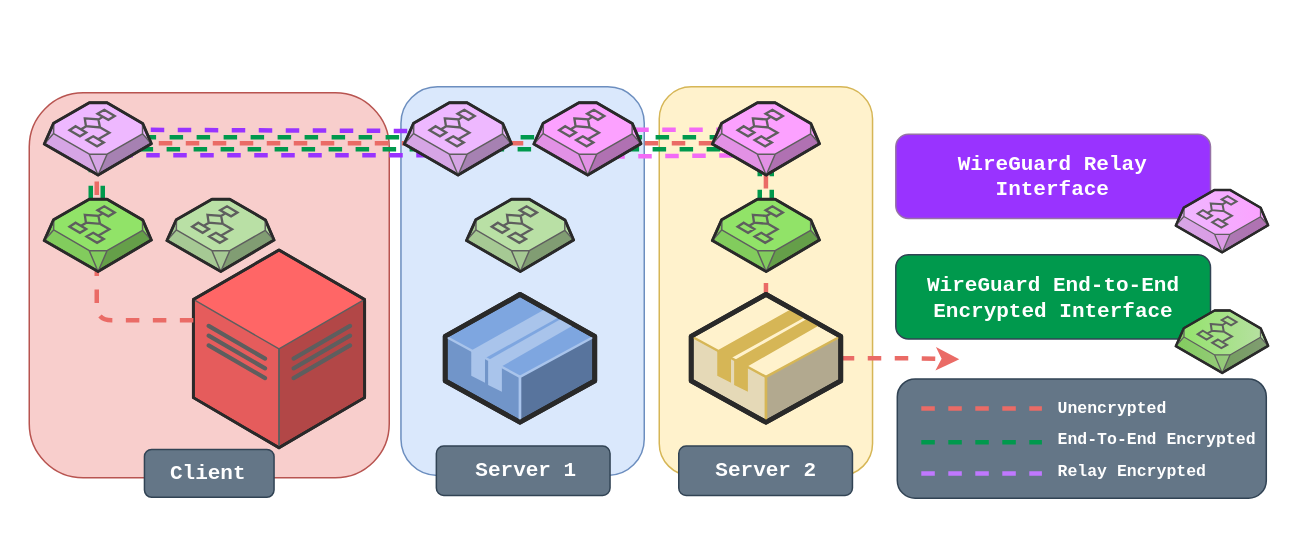
Before: media/Wiretap_E2EE.drawio in sandialabs/wiretap, a draw.io diagram. Source tidied: cells renumbered, new cells numbered last; positions are measured from the earlier drawing's top-left corner, leaving out a move shared by most shapes. Both pictures are drawn from the tidied source at 150%, with x=0, y=0 at pixel (28, 86).
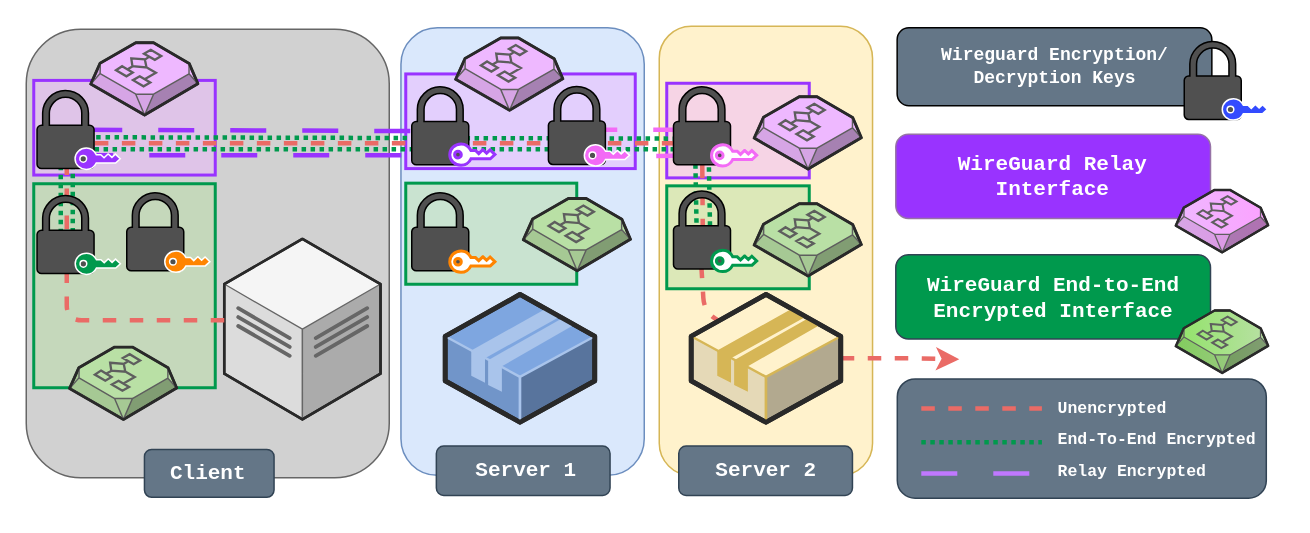
The same diagram, later.

Commit message (it also covers changes not shown here):
better e2ee diagram

What changed in the source:
```diff
@@
     <mxCell id="2" style="rounded=1;whiteSpace=wrap;html=1;fillColor=#fff2cc;strokeColor=#d6b656;" parent="1" vertex="1">
-      <mxGeometry x="420" y="0.4" width="142.2" height="259.1" as="geometry" />
+      <mxGeometry x="420" y="-40" width="142.2" height="299.4" as="geometry" />
     </mxCell>
     <mxCell id="3" style="rounded=1;whiteSpace=wrap;html=1;fillColor=#dae8fc;strokeColor=#6c8ebf;" parent="1" vertex="1">
-      <mxGeometry x="247.8" y="0.4" width="162.2" height="259.1" as="geometry" />
+      <mxGeometry x="247.8" y="-39" width="162.2" height="298.4" as="geometry" />
     </mxCell>
+    <mxCell id="48" style="rounded=0;whiteSpace=wrap;html=1;fillColor=#eeb8ff;strokeColor=#9933ff;strokeWidth=2;fillStyle=solid;fillOpacity=50;" parent="1" vertex="1">
+      <mxGeometry x="251" y="-8.2" width="153" height="63.1" as="geometry" />
+    </mxCell>
+    <mxCell id="49" style="rounded=0;whiteSpace=wrap;html=1;fillColor=#b9e0a5;strokeColor=#00994d;strokeWidth=2;fillStyle=solid;fillOpacity=50;" parent="1" vertex="1">
+      <mxGeometry x="251" y="64.6" width="114" height="67.4" as="geometry" />
+    </mxCell>
+    <mxCell id="50" style="rounded=0;whiteSpace=wrap;html=1;fillColor=#eeb8ff;strokeColor=#9933ff;strokeWidth=2;fillStyle=solid;fillOpacity=50;" parent="1" vertex="1">
+      <mxGeometry x="425" y="-2" width="95" height="63.1" as="geometry" />
+    </mxCell>
-    <mxCell id="4" style="rounded=1;whiteSpace=wrap;html=1;fillColor=#f8cecc;strokeColor=#b85450;" parent="1" vertex="1">
-      <mxGeometry y="4.4" width="240" height="256.6" as="geometry" />
+    <mxCell id="4" style="rounded=1;whiteSpace=wrap;html=1;fillColor=#D1D1D1;strokeColor=#666666;fontColor=#333333;" parent="1" vertex="1">
+      <mxGeometry x="-2" y="-38" width="242" height="299" as="geometry" />
     </mxCell>
+    <mxCell id="51" style="rounded=0;whiteSpace=wrap;html=1;fillColor=#b9e0a5;strokeColor=#00994d;strokeWidth=2;fillStyle=solid;fillOpacity=50;" parent="1" vertex="1">
+      <mxGeometry x="3" y="65" width="121" height="136" as="geometry" />
+    </mxCell>
+    <mxCell id="52" style="rounded=0;whiteSpace=wrap;html=1;fillColor=#eeb8ff;strokeColor=#9933ff;strokeWidth=2;fillStyle=solid;fillOpacity=50;" parent="1" vertex="1">
+      <mxGeometry x="3" y="-3.9" width="121" height="63.1" as="geometry" />
+    </mxCell>
-    <mxCell id="5" style="edgeStyle=orthogonalEdgeStyle;jettySize=auto;html=1;endArrow=none;endFill=0;dashed=1;rounded=1;strokeColor=#00994d;strokeWidth=3;flowAnimation=1;" parent="1" edge="1" source="41">
+    <mxCell id="5" style="edgeStyle=orthogonalEdgeStyle;orthogonalLoop=1;jettySize=auto;html=1;endArrow=none;endFill=0;dashed=1;rounded=1;strokeColor=#00994d;strokeWidth=3;flowAnimation=1;dashPattern=1 1;" parent="1" edge="1">
       <mxGeometry relative="1" as="geometry">
-        <mxPoint x="496" y="42" as="targetPoint" />
+        <mxPoint x="30" y="109" as="sourcePoint" />
+        <mxPoint x="431" y="47" as="targetPoint" />
         <Array as="points">
-          <mxPoint x="49" y="42" />
-          <mxPoint x="480" y="42" />
+          <mxPoint x="30" y="101" />
+          <mxPoint x="29" y="101" />
+          <mxPoint x="29" y="42" />
+          <mxPoint x="450" y="42" />
+          <mxPoint x="450" y="47" />
         </Array>
       </mxGeometry>
     </mxCell>
-    <mxCell id="6" style="edgeStyle=orthogonalEdgeStyle;orthogonalLoop=1;jettySize=auto;html=1;endArrow=none;endFill=0;dashed=1;rounded=1;strokeColor=#00994D;strokeWidth=3;flowAnimation=1;" parent="1" edge="1">
+    <mxCell id="6" style="edgeStyle=orthogonalEdgeStyle;orthogonalLoop=1;jettySize=auto;html=1;endArrow=none;endFill=0;dashed=1;rounded=1;strokeColor=#00994D;strokeWidth=3;flowAnimation=1;dashPattern=1 1;" parent="1" edge="1">
       <mxGeometry relative="1" as="geometry">
-        <mxPoint x="41" y="75.3" as="sourcePoint" />
-        <mxPoint x="510" y="34" as="targetPoint" />
+        <mxPoint x="21" y="98" as="sourcePoint" />
+        <mxPoint x="458" y="35" as="targetPoint" />
         <Array as="points">
           <mxPoint x="41" y="34" />
           <mxPoint x="500" y="34" />
         </Array>
       </mxGeometry>
     </mxCell>
@@
-    <mxCell id="9" style="verticalLabelPosition=bottom;html=1;verticalAlign=top;strokeWidth=1;align=center;outlineConnect=0;dashed=0;outlineConnect=0;shape=mxgraph.aws3d.dataCenter;strokeColor=#5E5E5E;fillColor=#FF6666;gradientColor=none;" parent="1" vertex="1">
-      <mxGeometry x="109.4" y="109.2" width="114.2" height="131.8" as="geometry" />
+    <mxCell id="9" style="verticalLabelPosition=bottom;html=1;verticalAlign=top;strokeWidth=1;align=center;outlineConnect=0;dashed=0;outlineConnect=0;shape=mxgraph.aws3d.dataCenter;strokeColor=#666666;fillColor=#f5f5f5;fontColor=#333333;" parent="1" vertex="1">
+      <mxGeometry x="130" y="101.8" width="104.2" height="120.3" as="geometry" />
     </mxCell>
@@
     <mxCell id="16" style="verticalLabelPosition=bottom;html=1;verticalAlign=top;strokeWidth=1;align=center;dashed=0;shape=mxgraph.aws3d.decider;fillColor=#b9e0a5;strokeColor=#5E5E5E;" parent="1" vertex="1">
-      <mxGeometry x="291.5" y="75.3" width="71.4" height="48.2" as="geometry" />
+      <mxGeometry x="329.4" y="74.8" width="71.4" height="48.2" as="geometry" />
     </mxCell>
+    <mxCell id="53" style="rounded=0;whiteSpace=wrap;html=1;fillColor=#b9e0a5;strokeColor=#00994d;strokeWidth=2;fillStyle=solid;fillOpacity=50;" parent="1" vertex="1">
+      <mxGeometry x="425" y="66.4" width="95" height="68.6" as="geometry" />
+    </mxCell>
-    <mxCell id="17" style="orthogonalLoop=1;jettySize=auto;html=1;endArrow=none;endFill=0;dashed=1;rounded=1;strokeColor=#9933FF;strokeWidth=3;flowAnimation=1;" parent="1" edge="1">
+    <mxCell id="17" style="orthogonalLoop=1;jettySize=auto;html=1;endArrow=none;endFill=0;dashed=1;rounded=1;strokeColor=#9933FF;strokeWidth=3;flowAnimation=1;dashPattern=8 8;" parent="1" edge="1">
       <mxGeometry relative="1" as="geometry">
-        <mxPoint x="63" y="29" as="sourcePoint" />
-        <mxPoint x="296" y="30" as="targetPoint" />
+        <mxPoint x="38" y="29" as="sourcePoint" />
+        <mxPoint x="289" y="30" as="targetPoint" />
       </mxGeometry>
     </mxCell>
-    <mxCell id="18" style="edgeStyle=orthogonalEdgeStyle;orthogonalLoop=1;jettySize=auto;html=1;endArrow=none;endFill=0;dashed=1;rounded=1;strokeColor=#9933ff;strokeWidth=3;flowAnimation=1;" parent="1" edge="1">
+    <mxCell id="18" style="edgeStyle=orthogonalEdgeStyle;orthogonalLoop=1;jettySize=auto;html=1;endArrow=none;endFill=0;dashed=1;rounded=1;strokeColor=#9933ff;strokeWidth=3;flowAnimation=1;dashPattern=8 8;" parent="1" edge="1">
       <mxGeometry relative="1" as="geometry">
-        <mxPoint x="60" y="46" as="sourcePoint" />
+        <mxPoint x="32" y="46" as="sourcePoint" />
         <mxPoint x="306" y="47" as="targetPoint" />
         <Array as="points">
           <mxPoint x="290" y="46" />
-          <mxPoint x="290" y="45" />
+          <mxPoint x="306" y="45" />
         </Array>
       </mxGeometry>
     </mxCell>
-    <mxCell id="19" style="edgeStyle=none;rounded=1;jettySize=auto;html=1;shadow=0;dashed=1;strokeColor=#ea6b66;endArrow=none;endFill=0;strokeWidth=3;flowAnimation=1;" parent="1" edge="1" source="45" target="32">
-      <mxGeometry relative="1" as="geometry" />
+    <mxCell id="19" style="edgeStyle=none;rounded=1;jettySize=auto;html=1;shadow=0;dashed=1;strokeColor=#ea6b66;endArrow=none;endFill=0;strokeWidth=3;flowAnimation=1;" parent="1" edge="1" source="61">
+      <mxGeometry relative="1" as="geometry">
+        <mxPoint x="449" y="95" as="targetPoint" />
+      </mxGeometry>
     </mxCell>
@@
-    <mxCell id="30" style="endArrow=none;dashed=1;html=1;rounded=0;strokeWidth=3;strokeColor=#00994d;shadow=0;flowAnimation=1;" parent="1" edge="1">
+    <mxCell id="30" style="endArrow=none;dashed=1;html=1;rounded=0;strokeWidth=3;strokeColor=#00994d;shadow=0;flowAnimation=1;dashPattern=1 1;" parent="1" edge="1">
       <mxGeometry relative="1" as="geometry">
         <mxPoint x="594.7" y="237.3" as="sourcePoint" />
         <mxPoint x="675.1" y="237.3" as="targetPoint" />
       </mxGeometry>
     </mxCell>
-    <mxCell id="31" style="endArrow=none;dashed=1;html=1;rounded=0;strokeWidth=3;strokeColor=#C078FF;flowAnimation=1;" parent="1" edge="1">
+    <mxCell id="31" style="endArrow=none;dashed=1;html=1;rounded=0;strokeWidth=3;strokeColor=#C078FF;flowAnimation=1;dashPattern=8 8;" parent="1" edge="1">
       <mxGeometry relative="1" as="geometry">
         <mxPoint x="594.7" y="258.2" as="sourcePoint" />
         <mxPoint x="675.1" y="258.2" as="targetPoint" />
       </mxGeometry>
     </mxCell>
-    <mxCell id="32" style="verticalLabelPosition=bottom;html=1;verticalAlign=top;strokeWidth=1;align=center;outlineConnect=0;dashed=0;outlineConnect=0;shape=mxgraph.aws3d.application2;fillColor=#fff2cc;strokeColor=#d6b656;" parent="1" vertex="1">
-      <mxGeometry x="441.3" y="138.8" width="99.7" height="85.2" as="geometry" />
-    </mxCell>
@@
     <mxCell id="36" style="edgeStyle=orthogonalEdgeStyle;rounded=1;jettySize=auto;html=1;endArrow=none;endFill=0;dashed=1;strokeColor=#EA6B66;strokeWidth=3;flowAnimation=1;" parent="1" edge="1" source="9">
       <mxGeometry relative="1" as="geometry">
         <mxPoint x="457" y="38" as="targetPoint" />
         <Array as="points">
-          <mxPoint x="45" y="156" />
+          <mxPoint x="25" y="156" />
+          <mxPoint x="25" y="38" />
         </Array>
       </mxGeometry>
     </mxCell>
-    <mxCell id="37" style="orthogonalLoop=1;jettySize=auto;html=1;endArrow=none;endFill=0;dashed=1;rounded=1;strokeColor=#f36af6;strokeWidth=3;flowAnimation=1;" parent="1" edge="1">
+    <mxCell id="37" style="orthogonalLoop=1;jettySize=auto;html=1;endArrow=none;endFill=0;dashed=1;rounded=1;strokeColor=#f36af6;strokeWidth=3;flowAnimation=1;dashPattern=8 8;" parent="1" edge="1">
       <mxGeometry relative="1" as="geometry">
         <mxPoint x="368" y="29" as="sourcePoint" />
-        <mxPoint x="471" y="29" as="targetPoint" />
+        <mxPoint x="460" y="29" as="targetPoint" />
       </mxGeometry>
     </mxCell>
-    <mxCell id="38" style="orthogonalLoop=1;jettySize=auto;html=1;endArrow=none;endFill=0;dashed=1;rounded=1;strokeColor=#f36af6;strokeWidth=3;flowAnimation=1;" parent="1" edge="1">
+    <mxCell id="38" style="orthogonalLoop=1;jettySize=auto;html=1;endArrow=none;endFill=0;dashed=1;rounded=1;strokeColor=#f36af6;strokeWidth=3;flowAnimation=1;dashPattern=8 8;" parent="1" edge="1">
       <mxGeometry relative="1" as="geometry">
         <mxPoint x="370" y="47" as="sourcePoint" />
-        <mxPoint x="488" y="46" as="targetPoint" />
+        <mxPoint x="455" y="46" as="targetPoint" />
       </mxGeometry>
     </mxCell>
-    <mxCell id="39" style="endArrow=none;html=1;rounded=1;shadow=0;dashed=1;strokeColor=#00994d;strokeWidth=3;flowAnimation=1;" parent="1" edge="1">
+    <mxCell id="39" style="endArrow=none;html=1;rounded=1;shadow=0;dashed=1;strokeColor=#00994d;strokeWidth=3;flowAnimation=1;dashPattern=1 1;" parent="1" edge="1">
       <mxGeometry relative="1" as="geometry">
-        <mxPoint x="487" y="51" as="sourcePoint" />
-        <mxPoint x="487" y="88" as="targetPoint" />
+        <mxPoint x="444" y="46" as="sourcePoint" />
+        <mxPoint x="445" y="100" as="targetPoint" />
       </mxGeometry>
     </mxCell>
-    <mxCell id="40" style="endArrow=none;html=1;rounded=1;shadow=0;dashed=1;strokeColor=#00994d;strokeWidth=3;flowAnimation=1;" parent="1" edge="1">
+    <mxCell id="40" style="endArrow=none;html=1;rounded=1;shadow=0;dashed=1;strokeColor=#00994d;strokeWidth=3;flowAnimation=1;dashPattern=1 1;" parent="1" edge="1">
       <mxGeometry relative="1" as="geometry">
-        <mxPoint x="495" y="51" as="sourcePoint" />
-        <mxPoint x="495" y="88" as="targetPoint" />
+        <mxPoint x="453" y="48" as="sourcePoint" />
+        <mxPoint x="454" y="101.4" as="targetPoint" />
       </mxGeometry>
     </mxCell>
-    <mxCell id="41" style="verticalLabelPosition=bottom;html=1;verticalAlign=top;strokeWidth=1;align=center;outlineConnect=0;dashed=0;outlineConnect=0;shape=mxgraph.aws3d.decider;fillColor=#91e368;strokeColor=#5E5E5E;" parent="1" vertex="1">
-      <mxGeometry x="10" y="75.3" width="71.4" height="48.2" as="geometry" />
-    </mxCell>
     <mxCell id="42" style="verticalLabelPosition=bottom;html=1;verticalAlign=top;strokeWidth=1;align=center;dashed=0;shape=mxgraph.aws3d.decider;fillColor=#EEB8FF;strokeColor=#5e5e5e;" parent="1" vertex="1">
-      <mxGeometry x="10" y="11" width="71.4" height="48.2" as="geometry" />
+      <mxGeometry x="41" y="-29" width="71.4" height="48.2" as="geometry" />
     </mxCell>
     <mxCell id="43" style="verticalLabelPosition=bottom;html=1;verticalAlign=top;strokeWidth=1;align=center;dashed=0;shape=mxgraph.aws3d.decider;fillColor=#eeb8ff;strokeColor=#5E5E5E;gradientColor=none;" parent="1" vertex="1">
-      <mxGeometry x="250" y="11" width="71.4" height="48.2" as="geometry" />
+      <mxGeometry x="284.3" y="-32.2" width="71.4" height="48.2" as="geometry" />
     </mxCell>
-    <mxCell id="44" style="verticalLabelPosition=bottom;html=1;verticalAlign=top;strokeWidth=1;align=center;dashed=0;shape=mxgraph.aws3d.decider;fillColor=#FCA1FF;strokeColor=#5E5E5E;gradientColor=none;" parent="1" vertex="1">
-      <mxGeometry x="336.4" y="11" width="71.4" height="48.2" as="geometry" />
-    </mxCell>
-    <mxCell id="45" style="verticalLabelPosition=bottom;html=1;verticalAlign=top;strokeWidth=1;align=center;outlineConnect=0;outlineConnect=0;shape=mxgraph.aws3d.decider;fillColor=#fca1ff;strokeColor=#5E5E5E;gradientColor=none;" parent="1" vertex="1">
-      <mxGeometry x="455.4" y="11" width="71.4" height="48.2" as="geometry" />
+    <mxCell id="45" style="verticalLabelPosition=bottom;html=1;verticalAlign=top;strokeWidth=1;align=center;outlineConnect=0;outlineConnect=0;shape=mxgraph.aws3d.decider;fillColor=#eeb8ff;strokeColor=#5E5E5E;gradientColor=none;" parent="1" vertex="1">
+      <mxGeometry x="483.3" y="7" width="71.4" height="48.2" as="geometry" />
     </mxCell>
-    <mxCell id="46" style="verticalLabelPosition=bottom;html=1;verticalAlign=top;strokeWidth=1;align=center;dashed=0;shape=mxgraph.aws3d.decider;fillColor=#91e368;strokeColor=#5E5E5E;" parent="1" vertex="1">
-      <mxGeometry x="455.4" y="75.3" width="71.4" height="48.2" as="geometry" />
+    <mxCell id="46" style="verticalLabelPosition=bottom;html=1;verticalAlign=top;strokeWidth=1;align=center;dashed=0;shape=mxgraph.aws3d.decider;fillColor=#b9e0a5;strokeColor=#5E5E5E;" parent="1" vertex="1">
+      <mxGeometry x="483.3" y="78.3" width="71.4" height="48.2" as="geometry" />
     </mxCell>
     <mxCell id="47" style="verticalLabelPosition=bottom;html=1;verticalAlign=top;strokeWidth=1;align=center;dashed=0;shape=mxgraph.aws3d.decider;fillColor=#b9e0a5;strokeColor=#5E5E5E;" parent="1" vertex="1">
-      <mxGeometry x="91.8" y="75.3" width="71.4" height="48.2" as="geometry" />
+      <mxGeometry x="26.9" y="173.9" width="71.4" height="48.2" as="geometry" />
     </mxCell>
+    <mxCell id="54" style="edgeStyle=none;rounded=1;orthogonalLoop=1;jettySize=auto;html=1;shadow=0;dashed=1;strokeColor=#ea6b66;endArrow=none;endFill=0;strokeWidth=3;flowAnimation=1;" parent="1" edge="1">
+      <mxGeometry relative="1" as="geometry">
+        <mxPoint x="448" y="119" as="sourcePoint" />
+        <mxPoint x="476" y="165" as="targetPoint" />
+        <Array as="points">
+          <mxPoint x="450" y="151" />
+        </Array>
+      </mxGeometry>
+    </mxCell>
+    <mxCell id="55" style="sketch=0;shadow=0;dashed=0;html=1;strokeColor=default;fillColor=#505050;labelPosition=center;verticalLabelPosition=bottom;verticalAlign=top;align=center;shape=mxgraph.office.security.lock_protected;" parent="1" vertex="1">
+      <mxGeometry x="5.2" y="72.9" width="38" height="52" as="geometry" />
+    </mxCell>
+    <mxCell id="56" style="sketch=0;shadow=0;dashed=0;html=1;strokeColor=#ffffff;labelPosition=center;verticalLabelPosition=bottom;verticalAlign=top;align=center;shape=mxgraph.office.security.key_permissions;fillColor=#00994d;rotation=-90;" parent="1" vertex="1">
+      <mxGeometry x="38.6" y="103.3" width="14.2" height="30.1" as="geometry" />
+    </mxCell>
+    <mxCell id="57" style="sketch=0;shadow=0;dashed=0;html=1;strokeColor=default;fillColor=#505050;labelPosition=center;verticalLabelPosition=bottom;verticalAlign=top;align=center;shape=mxgraph.office.security.lock_protected;" parent="1" vertex="1">
+      <mxGeometry x="65" y="71" width="38" height="52" as="geometry" />
+    </mxCell>
+    <mxCell id="58" style="sketch=0;shadow=0;dashed=0;html=1;strokeColor=#ffffff;labelPosition=center;verticalLabelPosition=bottom;verticalAlign=top;align=center;shape=mxgraph.office.security.key_permissions;fillColor=#ff8400;rotation=-90;" parent="1" vertex="1">
+      <mxGeometry x="98.3" y="101.9" width="14.2" height="30.1" as="geometry" />
+    </mxCell>
+    <mxCell id="59" style="sketch=0;shadow=0;dashed=0;html=1;strokeColor=default;fillColor=#505050;labelPosition=center;verticalLabelPosition=bottom;verticalAlign=top;align=center;shape=mxgraph.office.security.lock_protected;" parent="1" vertex="1">
+      <mxGeometry x="429.5" y="69.9" width="38" height="52" as="geometry" />
+    </mxCell>
+    <mxCell id="60" style="sketch=0;shadow=0;dashed=0;html=1;strokeColor=#00994d;labelPosition=center;verticalLabelPosition=bottom;verticalAlign=top;align=center;shape=mxgraph.office.security.key_permissions;fillColor=#FFFFFF;rotation=-90;strokeWidth=2;" parent="1" vertex="1">
+      <mxGeometry x="462.8" y="101.4" width="14.2" height="30.1" as="geometry" />
+    </mxCell>
+    <mxCell id="61" style="sketch=0;shadow=0;dashed=0;html=1;strokeColor=default;fillColor=#505050;labelPosition=center;verticalLabelPosition=bottom;verticalAlign=top;outlineConnect=0;align=center;shape=mxgraph.office.security.lock_protected;" parent="1" vertex="1">
+      <mxGeometry x="429.5" y="0.4" width="38" height="52" as="geometry" />
+    </mxCell>
+    <mxCell id="62" style="sketch=0;shadow=0;dashed=0;html=1;strokeColor=#f36af6;labelPosition=center;verticalLabelPosition=bottom;verticalAlign=top;align=center;shape=mxgraph.office.security.key_permissions;fillColor=#FFFFFF;rotation=-90;strokeWidth=2;" parent="1" vertex="1">
+      <mxGeometry x="462.8" y="31" width="14.2" height="30.1" as="geometry" />
+    </mxCell>
+    <mxCell id="63" style="sketch=0;shadow=0;dashed=0;html=1;strokeColor=default;fillColor=#505050;labelPosition=center;verticalLabelPosition=bottom;verticalAlign=top;align=center;shape=mxgraph.office.security.lock_protected;" parent="1" vertex="1">
+      <mxGeometry x="255" y="0.4" width="38" height="52" as="geometry" />
+    </mxCell>
+    <mxCell id="64" style="sketch=0;shadow=0;dashed=0;html=1;strokeColor=#9933ff;labelPosition=center;verticalLabelPosition=bottom;verticalAlign=top;align=center;shape=mxgraph.office.security.key_permissions;fillColor=#FFFFFF;rotation=-90;strokeWidth=2;" parent="1" vertex="1">
+      <mxGeometry x="288.3" y="30.5" width="14.2" height="30.1" as="geometry" />
+    </mxCell>
+    <mxCell id="65" style="sketch=0;shadow=0;dashed=0;html=1;strokeColor=default;fillColor=#505050;labelPosition=center;verticalLabelPosition=bottom;verticalAlign=top;align=center;shape=mxgraph.office.security.lock_protected;" parent="1" vertex="1">
+      <mxGeometry x="346.1" y="0.1" width="38" height="52" as="geometry" />
+    </mxCell>
+    <mxCell id="66" style="sketch=0;shadow=0;dashed=0;html=1;strokeColor=#ffffff;labelPosition=center;verticalLabelPosition=bottom;verticalAlign=top;align=center;shape=mxgraph.office.security.key_permissions;fillColor=#f36af6;rotation=-90;strokeWidth=1;" parent="1" vertex="1">
+      <mxGeometry x="378" y="31" width="14.2" height="30.1" as="geometry" />
+    </mxCell>
+    <mxCell id="67" style="sketch=0;shadow=0;dashed=0;html=1;strokeColor=default;fillColor=#505050;labelPosition=center;verticalLabelPosition=bottom;verticalAlign=top;align=center;shape=mxgraph.office.security.lock_protected;" parent="1" vertex="1">
+      <mxGeometry x="5.2" y="2.9" width="38" height="52" as="geometry" />
+    </mxCell>
+    <mxCell id="68" style="sketch=0;shadow=0;dashed=0;html=1;strokeColor=#ffffff;labelPosition=center;verticalLabelPosition=bottom;verticalAlign=top;align=center;shape=mxgraph.office.security.key_permissions;fillColor=#9933ff;rotation=-90;" parent="1" vertex="1">
+      <mxGeometry x="38.5" y="33.3" width="14.2" height="30.1" as="geometry" />
+    </mxCell>
+    <mxCell id="69" style="sketch=0;shadow=0;dashed=0;html=1;strokeColor=default;fillColor=#505050;labelPosition=center;verticalLabelPosition=bottom;verticalAlign=top;align=center;shape=mxgraph.office.security.lock_protected;" parent="1" vertex="1">
+      <mxGeometry x="255" y="71" width="38" height="52" as="geometry" />
+    </mxCell>
+    <mxCell id="70" style="sketch=0;shadow=0;dashed=0;html=1;strokeColor=#ff8400;labelPosition=center;verticalLabelPosition=bottom;verticalAlign=top;align=center;shape=mxgraph.office.security.key_permissions;fillColor=#ffffff;rotation=-90;strokeWidth=2;" parent="1" vertex="1">
+      <mxGeometry x="288.3" y="101.9" width="14.2" height="30.1" as="geometry" />
+    </mxCell>
+    <mxCell id="32" style="verticalLabelPosition=bottom;html=1;verticalAlign=top;strokeWidth=1;align=center;outlineConnect=0;dashed=0;outlineConnect=0;shape=mxgraph.aws3d.application2;fillColor=#fff2cc;strokeColor=#d6b656;" parent="1" vertex="1">
+      <mxGeometry x="441.3" y="138.8" width="99.7" height="85.2" as="geometry" />
+    </mxCell>
+    <mxCell id="71" value="&lt;div style=&quot;&quot;&gt;&lt;span style=&quot;background-color: initial;&quot;&gt;&lt;font color=&quot;#ffffff&quot;&gt;Wireguard Encryption/&lt;/font&gt;&lt;/span&gt;&lt;/div&gt;&lt;div style=&quot;&quot;&gt;&lt;span style=&quot;background-color: initial;&quot;&gt;&lt;font color=&quot;#ffffff&quot;&gt;Decryption&amp;nbsp;&lt;/font&gt;&lt;/span&gt;&lt;span style=&quot;color: rgb(255, 255, 255); background-color: initial;&quot;&gt;Keys&lt;/span&gt;&lt;/div&gt;&lt;div&gt;&lt;i&gt;&lt;/i&gt;&lt;/div&gt;" style="text;html=1;strokeColor=#000000;fillColor=#647687;align=center;verticalAlign=middle;whiteSpace=wrap;rounded=1;fontFamily=Courier New;fontStyle=1;" parent="1" vertex="1">
+      <mxGeometry x="578.6" y="-39" width="209.8" height="52" as="geometry" />
+    </mxCell>
+    <mxCell id="72" style="sketch=0;shadow=0;dashed=0;html=1;strokeColor=#000000;fillColor=#505050;labelPosition=center;verticalLabelPosition=bottom;verticalAlign=top;align=center;shape=mxgraph.office.security.lock_protected;" parent="1" vertex="1">
+      <mxGeometry x="770" y="-29.9" width="38" height="52" as="geometry" />
+    </mxCell>
+    <mxCell id="73" style="sketch=0;shadow=0;dashed=0;html=1;strokeColor=#ffffff;labelPosition=center;verticalLabelPosition=bottom;verticalAlign=top;align=center;shape=mxgraph.office.security.key_permissions;fillColor=#334bff;rotation=-90;" parent="1" vertex="1">
+      <mxGeometry x="803.3" y="0.4" width="14.2" height="30.1" as="geometry" />
+    </mxCell>
```
